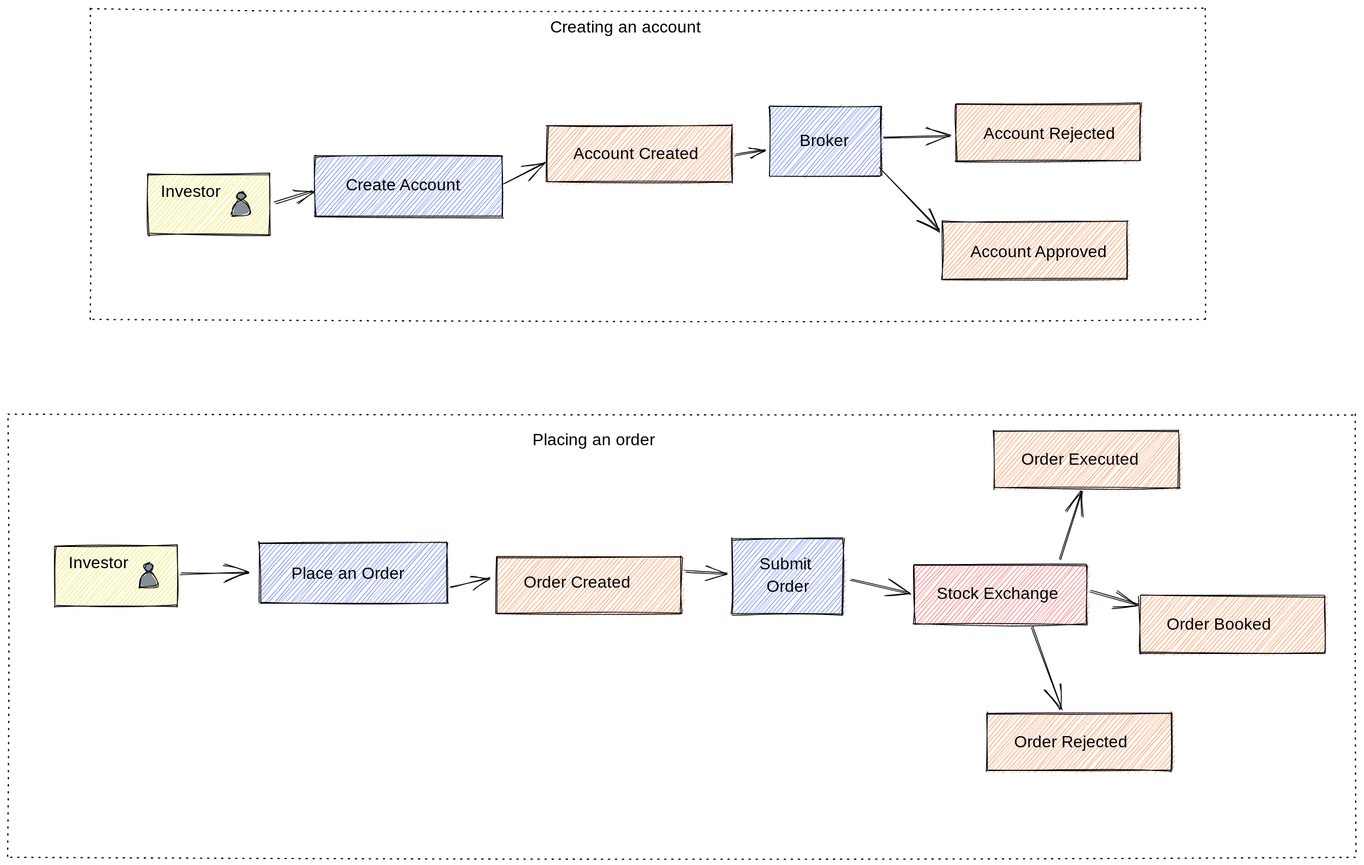
Above: broker-service/diagram.excalidraw.svg in jonasalessi/stock-market-simulation (Excalidraw), before the change. Source tidied: one line per element, renumbered; positions are measured from the earlier drawing's top-left corner, leaving out a move shared by most shapes.
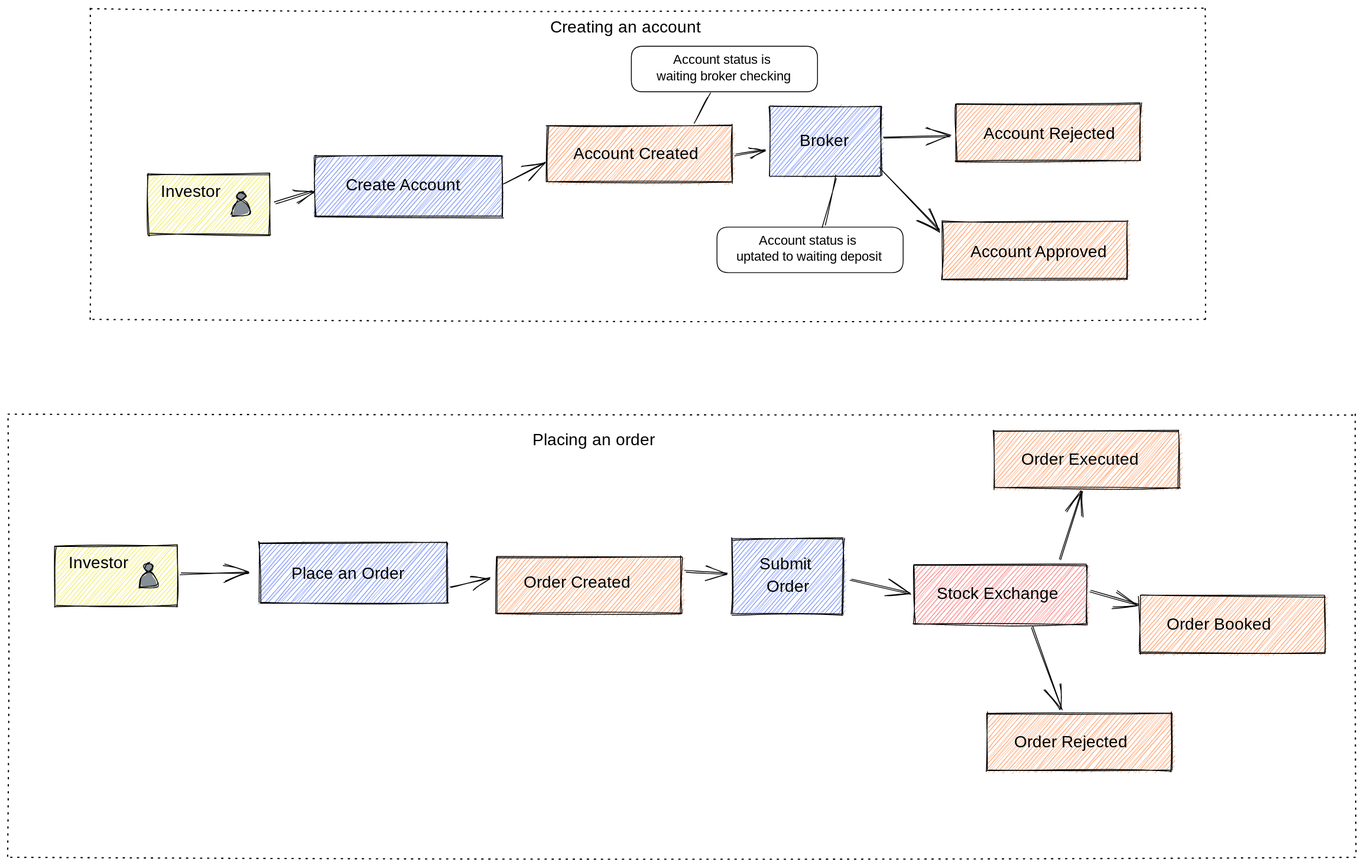
The same file after the commit.

The edit, as a diff of the source:
```diff
@@ -46,3 +46,9 @@
 {"id": 45, "type": "arrow", "strokeColor": "#000000", "backgroundColor": "#fa5252", "fillStyle": "hachure", "strokeWidth": 1, "roughness": 1, "endArrowhead": "arrow", "from": 36, "to": 42, "x": 1308, "y": 704, "width": 57, "height": 16, "points": [[0, 0], [57, 16]]}
 {"id": 46, "type": "arrow", "strokeColor": "#000000", "backgroundColor": "#fa5252", "fillStyle": "hachure", "strokeWidth": 1, "roughness": 1, "endArrowhead": "arrow", "from": 36, "to": 38, "x": 1238, "y": 747, "width": 36, "height": 100, "points": [[0, 0], [36, 100]]}
 {"id": 47, "type": "arrow", "strokeColor": "#000000", "backgroundColor": "#fa5252", "fillStyle": "hachure", "strokeWidth": 1, "roughness": 1, "endArrowhead": "arrow", "from": 33, "to": 36, "x": 1018, "y": 691, "width": 73, "height": 16, "points": [[0, 0], [73, 16]]}
+{"id": 48, "type": "rectangle", "strokeColor": "#000000", "strokeWidth": 1, "roughness": 0, "x": 753, "y": 46, "width": 225, "height": 55}
+{"id": 49, "type": "text", "text": "Account status is \nwaiting broker checking", "strokeColor": "#000000", "strokeWidth": 1, "roughness": 0, "fontSize": 16, "fontFamily": 1, "textAlign": "center", "x": 777, "y": 53, "width": 176, "height": 40}
+{"id": 50, "type": "line", "strokeColor": "#000000", "strokeWidth": 1, "roughness": 2, "x": 849, "y": 104, "width": 19, "height": 33, "points": [[0, 0], [-19, 33]]}
+{"id": 51, "type": "rectangle", "strokeColor": "#000000", "strokeWidth": 1, "roughness": 0, "x": 857, "y": 264, "width": 225, "height": 55}
+{"id": 52, "type": "text", "text": "Account status is \nuptated to waiting deposit", "strokeColor": "#000000", "strokeWidth": 1, "roughness": 0, "fontSize": 16, "fontFamily": 1, "textAlign": "center", "x": 861, "y": 271, "width": 214, "height": 40}
+{"id": 53, "type": "line", "strokeColor": "#000000", "strokeWidth": 1, "roughness": 2, "x": 986, "y": 266, "width": 12, "height": 62, "points": [[0, 0], [12, -62]]}
```
